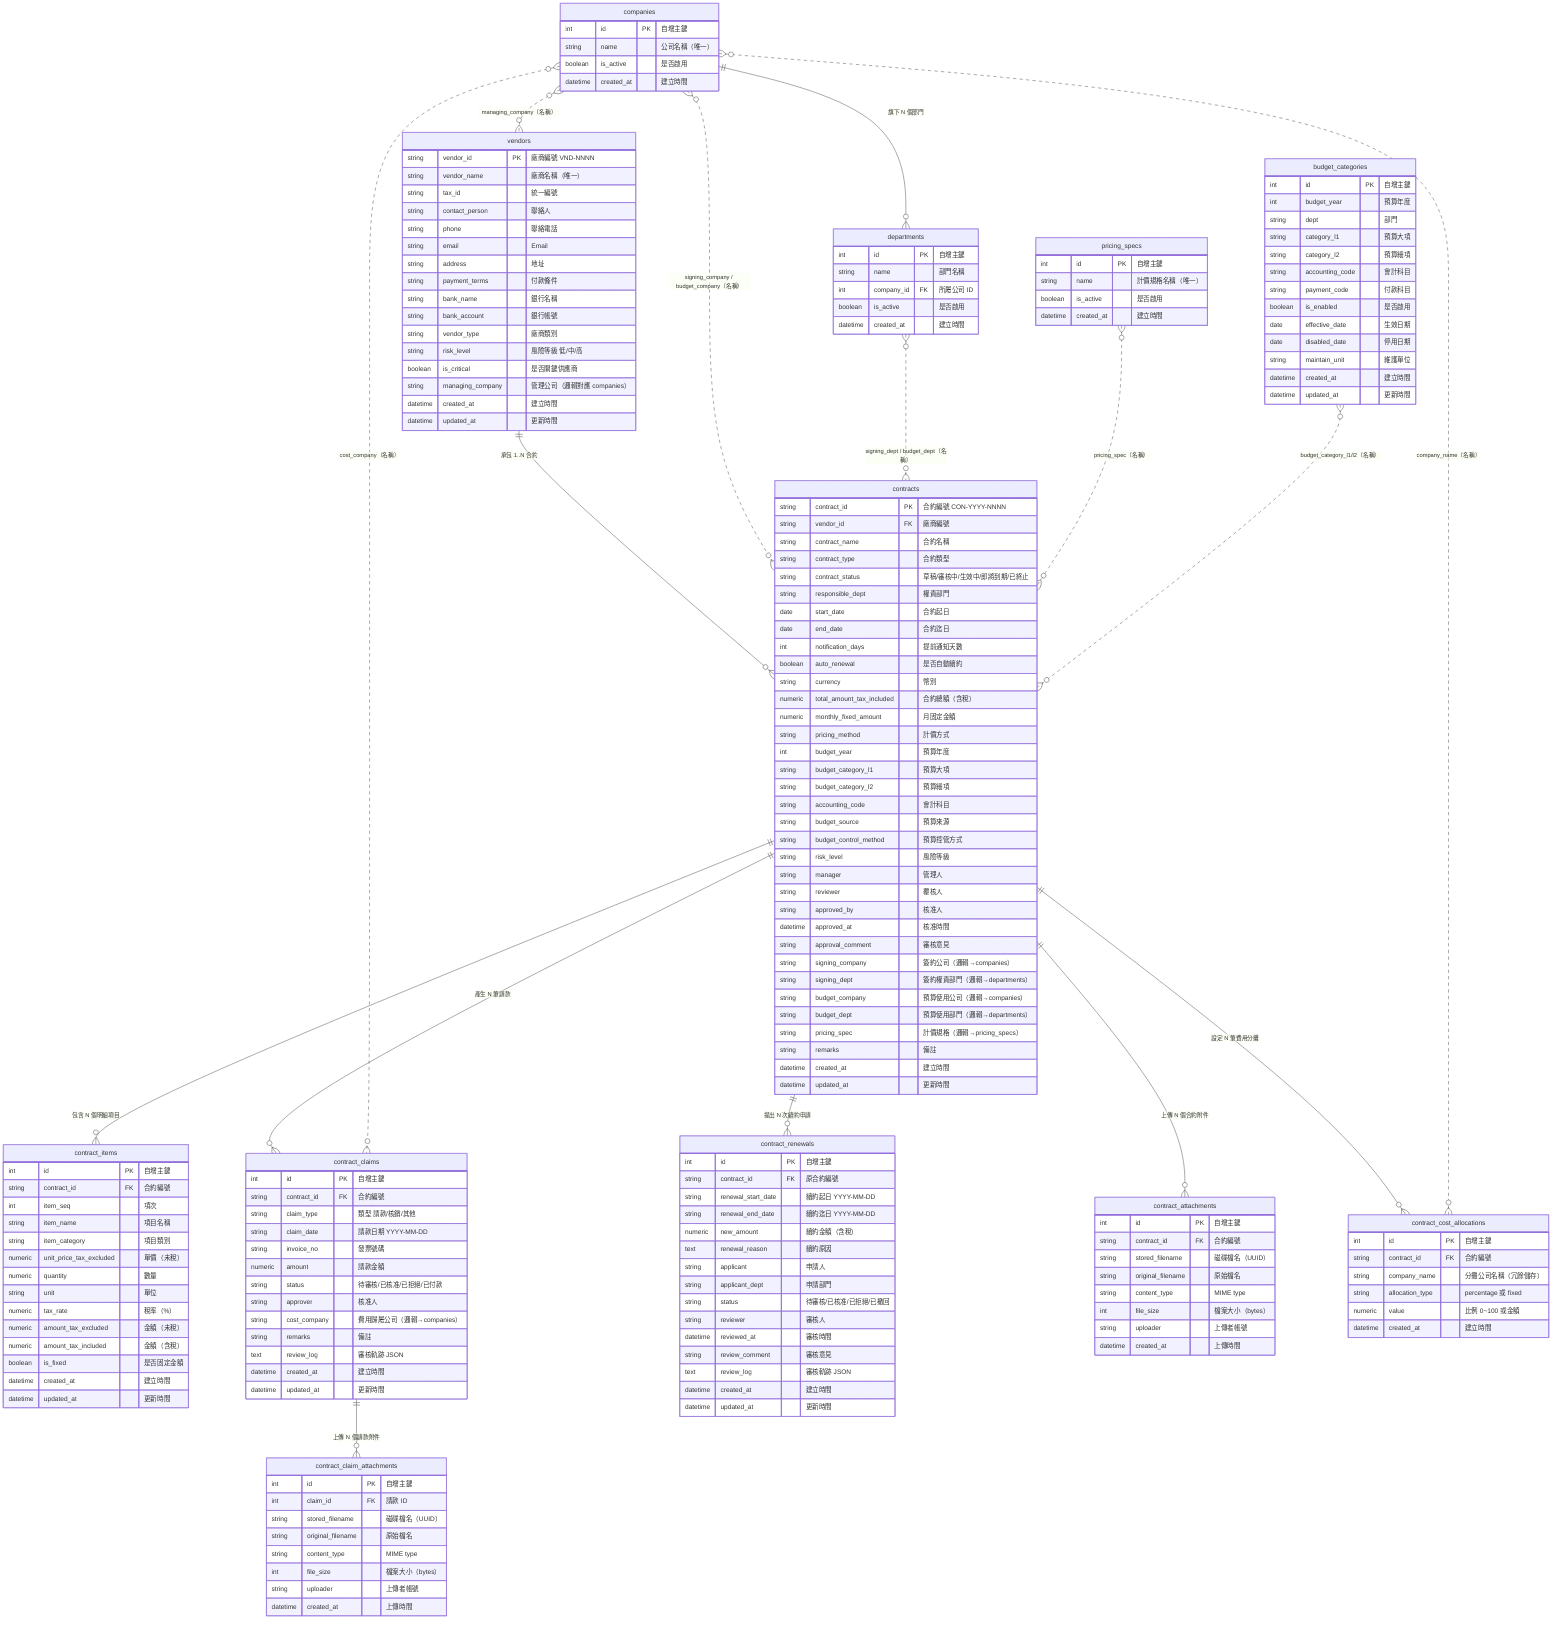
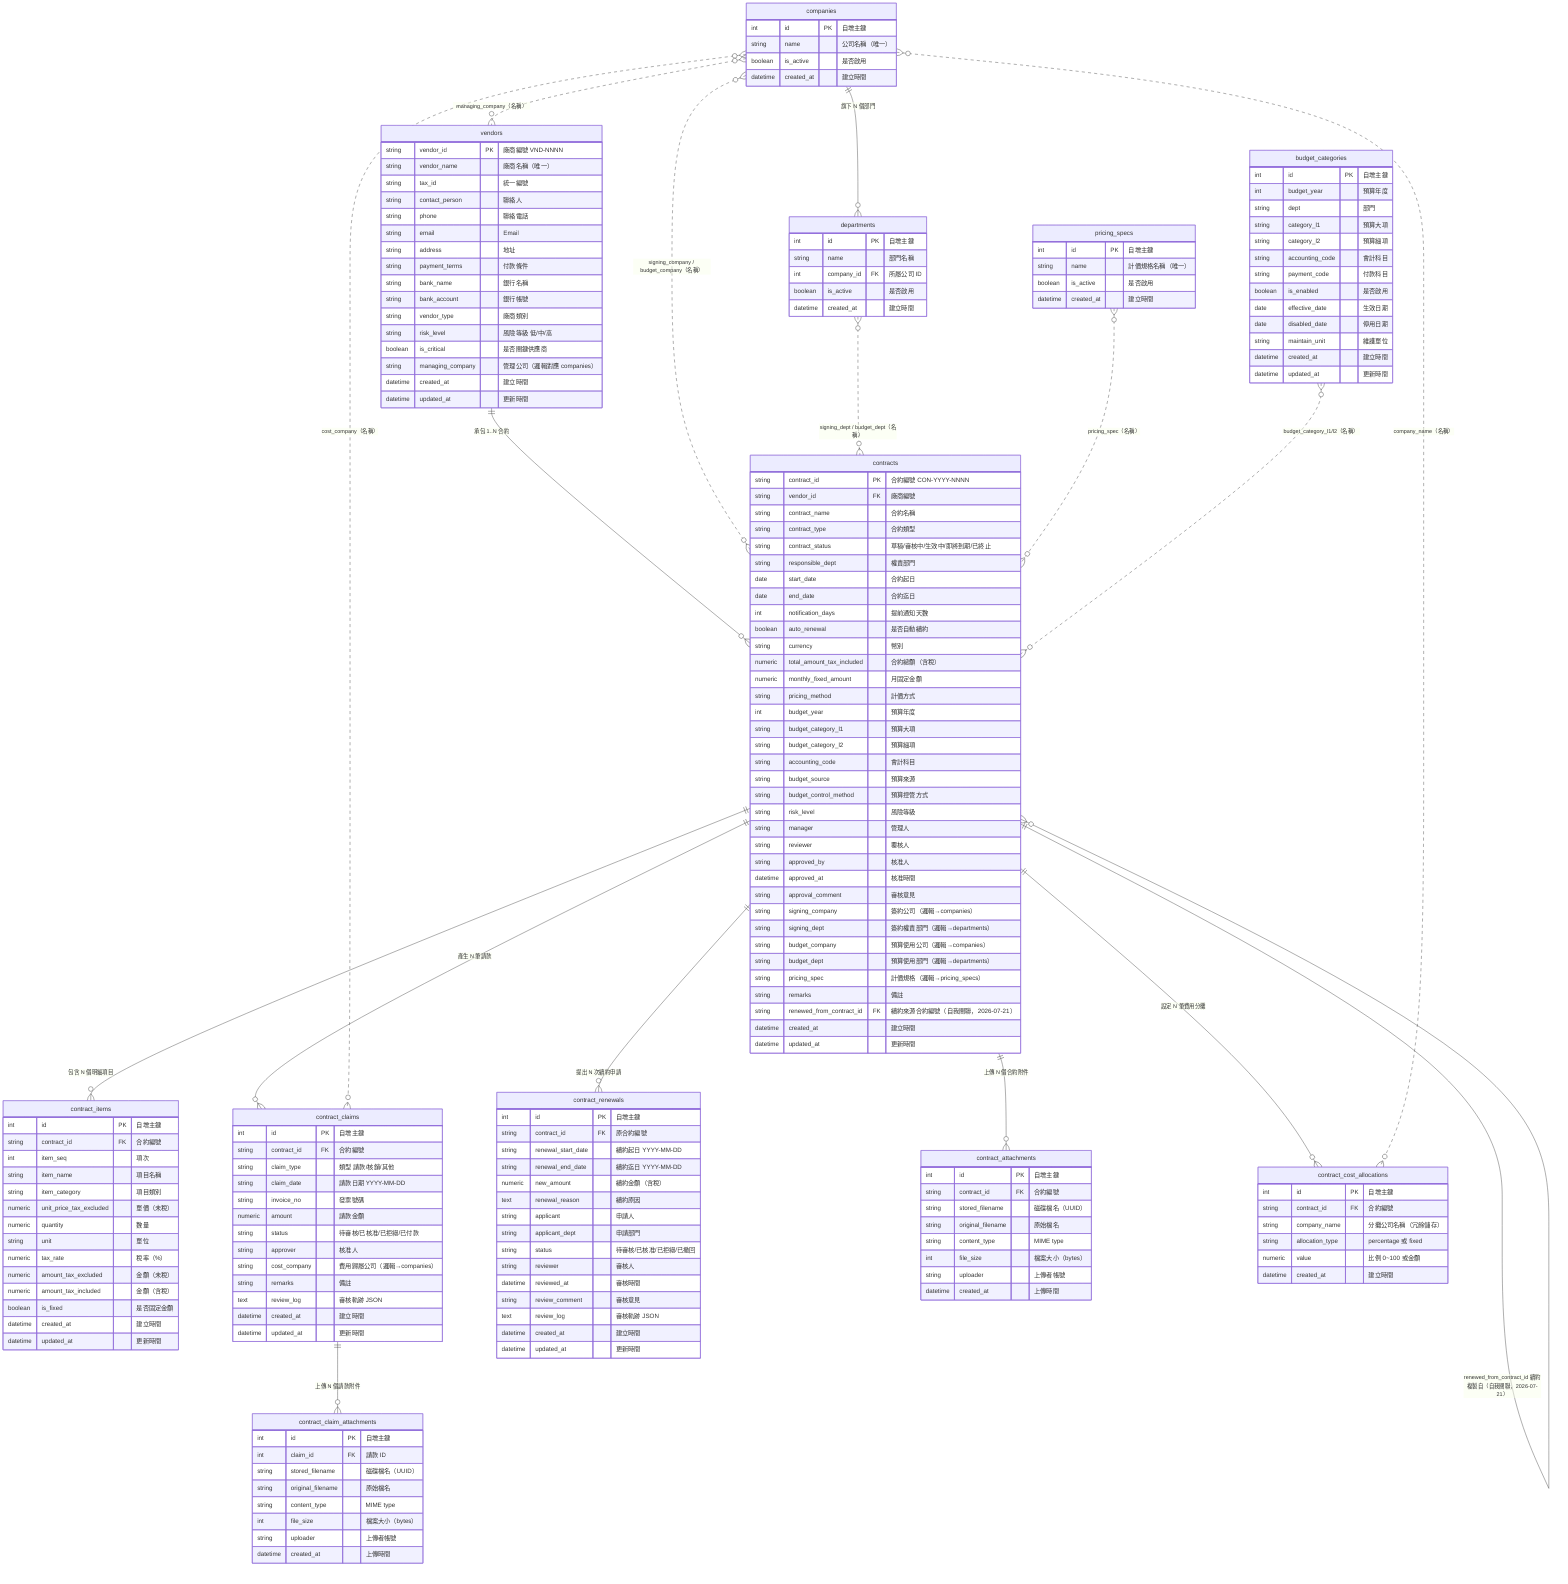
erDiagram

%% ════════════════════════════════════════════════════════
%% 合約管理系統 — 完整 ERD
%% 版本：v1.99.0　日期：2026-06-01
%% 實線 = 資料庫 FK；虛線 = 邏輯對應（名稱冗餘儲存）
%% ════════════════════════════════════════════════════════

    vendors {
        string  vendor_id        PK "廠商編號 VND-NNNN"
        string  vendor_name         "廠商名稱（唯一）"
        string  tax_id              "統一編號"
        string  contact_person      "聯絡人"
        string  phone               "聯絡電話"
        string  email               "Email"
        string  address             "地址"
        string  payment_terms       "付款條件"
        string  bank_name           "銀行名稱"
        string  bank_account        "銀行帳號"
        string  vendor_type         "廠商類別"
        string  risk_level          "風險等級 低/中/高"
        boolean is_critical         "是否關鍵供應商"
        string  managing_company    "管理公司（邏輯對應 companies）"
        datetime created_at         "建立時間"
        datetime updated_at         "更新時間"
    }

    contracts {
        string  contract_id          PK "合約編號 CON-YYYY-NNNN"
        string  vendor_id            FK "廠商編號"
        string  contract_name           "合約名稱"
        string  contract_type           "合約類型"
        string  contract_status         "草稿/審核中/生效中/即將到期/已終止"
        string  responsible_dept        "權責部門"
        date    start_date              "合約起日"
        date    end_date                "合約迄日"
        int     notification_days       "提前通知天數"
        boolean auto_renewal            "是否自動續約"
        string  currency                "幣別"
        numeric total_amount_tax_included "合約總額（含稅）"
        numeric monthly_fixed_amount    "月固定金額"
        string  pricing_method          "計價方式"
        int     budget_year             "預算年度"
        string  budget_category_l1      "預算大項"
        string  budget_category_l2      "預算細項"
        string  accounting_code         "會計科目"
        string  budget_source           "預算來源"
        string  budget_control_method   "預算控管方式"
        string  risk_level              "風險等級"
        string  manager                 "管理人"
        string  reviewer                "覆核人"
        string  approved_by             "核准人"
        datetime approved_at            "核准時間"
        string  approval_comment        "審核意見"
        string  signing_company         "簽約公司（邏輯→companies）"
        string  signing_dept            "簽約權責部門（邏輯→departments）"
        string  budget_company          "預算使用公司（邏輯→companies）"
        string  budget_dept             "預算使用部門（邏輯→departments）"
        string  pricing_spec            "計價規格（邏輯→pricing_specs）"
        string  remarks                 "備註"
+         string  renewed_from_contract_id FK "續約來源合約編號（自我關聯，2026-07-21）"
        datetime created_at             "建立時間"
        datetime updated_at             "更新時間"
    }

    contract_items {
        int     id            PK "自增主鍵"
        string  contract_id   FK "合約編號"
        int     item_seq         "項次"
        string  item_name        "項目名稱"
        string  item_category    "項目類別"
        numeric unit_price_tax_excluded "單價（未稅）"
        numeric quantity         "數量"
        string  unit             "單位"
        numeric tax_rate         "稅率（%）"
        numeric amount_tax_excluded "金額（未稅）"
        numeric amount_tax_included "金額（含稅）"
        boolean is_fixed         "是否固定金額"
        datetime created_at      "建立時間"
        datetime updated_at      "更新時間"
    }

    contract_claims {
        int     id            PK "自增主鍵"
        string  contract_id   FK "合約編號"
        string  claim_type       "類型 請款/核銷/其他"
        string  claim_date       "請款日期 YYYY-MM-DD"
        string  invoice_no       "發票號碼"
        numeric amount           "請款金額"
        string  status           "待審核/已核准/已拒絕/已付款"
        string  approver         "核准人"
        string  cost_company     "費用歸屬公司（邏輯→companies）"
        string  remarks          "備註"
        text    review_log       "審核軌跡 JSON"
        datetime created_at      "建立時間"
        datetime updated_at      "更新時間"
    }

    contract_claim_attachments {
        int     id               PK "自增主鍵"
        int     claim_id         FK "請款 ID"
        string  stored_filename     "磁碟檔名（UUID）"
        string  original_filename   "原始檔名"
        string  content_type        "MIME type"
        int     file_size           "檔案大小（bytes）"
        string  uploader            "上傳者帳號"
        datetime created_at         "上傳時間"
    }

    contract_renewals {
        int     id                 PK "自增主鍵"
        string  contract_id        FK "原合約編號"
        string  renewal_start_date    "續約起日 YYYY-MM-DD"
        string  renewal_end_date      "續約迄日 YYYY-MM-DD"
        numeric new_amount            "續約金額（含稅）"
        text    renewal_reason        "續約原因"
        string  applicant             "申請人"
        string  applicant_dept        "申請部門"
        string  status                "待審核/已核准/已拒絕/已撤回"
        string  reviewer              "審核人"
        datetime reviewed_at          "審核時間"
        string  review_comment        "審核意見"
        text    review_log            "審核軌跡 JSON"
        datetime created_at           "建立時間"
        datetime updated_at           "更新時間"
    }

    contract_attachments {
        int     id               PK "自增主鍵"
        string  contract_id      FK "合約編號"
        string  stored_filename     "磁碟檔名（UUID）"
        string  original_filename   "原始檔名"
        string  content_type        "MIME type"
        int     file_size           "檔案大小（bytes）"
        string  uploader            "上傳者帳號"
        datetime created_at         "上傳時間"
    }

    contract_cost_allocations {
        int     id               PK "自增主鍵"
        string  contract_id      FK "合約編號"
        string  company_name        "分攤公司名稱（冗餘儲存）"
        string  allocation_type     "percentage 或 fixed"
        numeric value               "比例 0~100 或金額"
        datetime created_at         "建立時間"
    }

    budget_categories {
        int     id              PK "自增主鍵"
        int     budget_year        "預算年度"
        string  dept               "部門"
        string  category_l1        "預算大項"
        string  category_l2        "預算細項"
        string  accounting_code    "會計科目"
        string  payment_code       "付款科目"
        boolean is_enabled         "是否啟用"
        date    effective_date     "生效日期"
        date    disabled_date      "停用日期"
        string  maintain_unit      "維護單位"
        datetime created_at        "建立時間"
        datetime updated_at        "更新時間"
    }

    companies {
        int     id          PK "自增主鍵"
        string  name           "公司名稱（唯一）"
        boolean is_active      "是否啟用"
        datetime created_at    "建立時間"
    }

    departments {
        int     id          PK "自增主鍵"
        string  name           "部門名稱"
        int     company_id  FK "所屬公司 ID"
        boolean is_active      "是否啟用"
        datetime created_at    "建立時間"
    }

    pricing_specs {
        int     id          PK "自增主鍵"
        string  name           "計價規格名稱（唯一）"
        boolean is_active      "是否啟用"
        datetime created_at    "建立時間"
    }

%% ════ 資料庫 FK 關係（實線） ════

    vendors          ||--o{ contracts                  : "承包 1..N 合約"
    contracts        ||--o{ contract_items             : "包含 N 個明細項目"
    contracts        ||--o{ contract_claims            : "產生 N 筆請款"
    contracts        ||--o{ contract_renewals          : "提出 N 次續約申請"
    contracts        ||--o{ contract_attachments       : "上傳 N 個合約附件"
    contracts        ||--o{ contract_cost_allocations  : "設定 N 筆費用分攤"
    contract_claims  ||--o{ contract_claim_attachments : "上傳 N 個請款附件"
    companies        ||--o{ departments                : "旗下 N 個部門"
+     contracts        ||--o{ contracts                  : "renewed_from_contract_id 續約複製自（自我關聯，2026-07-21）"

%% ════ 邏輯對應（虛線，名稱冗餘儲存） ════

    companies        }o..o{ contracts                  : "signing_company / budget_company（名稱）"
    companies        }o..o{ contract_claims            : "cost_company（名稱）"
    companies        }o..o{ contract_cost_allocations  : "company_name（名稱）"
    companies        }o..o{ vendors                    : "managing_company（名稱）"
    departments      }o..o{ contracts                  : "signing_dept / budget_dept（名稱）"
    pricing_specs    }o..o{ contracts                  : "pricing_spec（名稱）"
    budget_categories }o..o{ contracts                 : "budget_category_l1/l2（名稱）"
